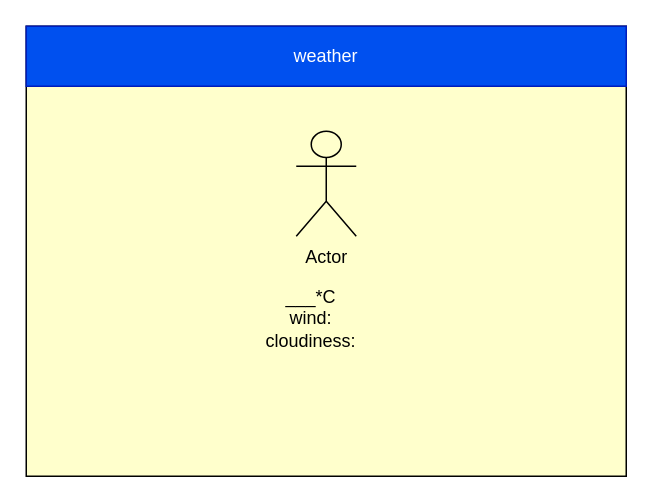
Above: design/story-board.drawio in Liya-Getachew/ICS2O-Unit6-03-JSON (draw.io), before the change. Source tidied: cells renumbered, new cells numbered last; positions are measured from the earlier drawing's top-left corner, leaving out a move shared by most shapes. Both pictures are drawn from the tidied source at 150%, with x=0, y=0 at pixel (26, 26).
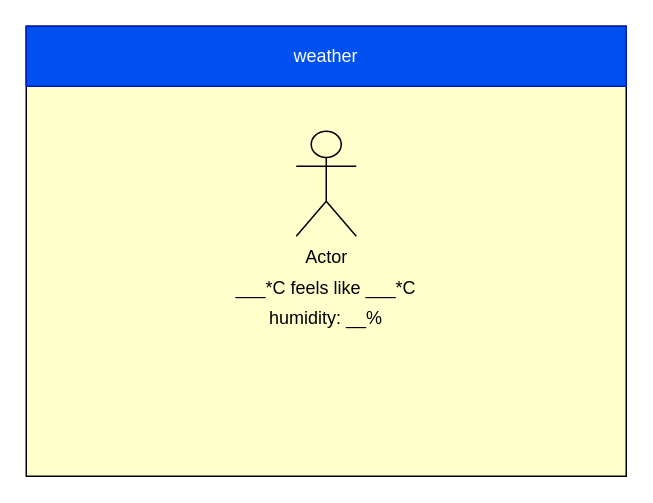
The same diagram, later.

Change to the diagram source:
```diff
@@
 <mxGraphModel>
   <root>
     <mxCell id="0" />
     <mxCell id="1" parent="0" />
     <mxCell id="2" style="rounded=0;whiteSpace=wrap;html=1;fillColor=#FFFFCC;" parent="1" vertex="1">
       <mxGeometry width="400" height="300" as="geometry" />
     </mxCell>
     <mxCell id="3" value="weather" style="rounded=0;whiteSpace=wrap;html=1;fillColor=#0050ef;fontColor=#ffffff;strokeColor=#001DBC;" parent="1" vertex="1">
       <mxGeometry width="400" height="40" as="geometry" />
     </mxCell>
     <mxCell id="4" value="Actor" style="shape=umlActor;verticalLabelPosition=bottom;verticalAlign=top;html=1;fillColor=#FFFFCC;strokeColor=#000000;" parent="1" vertex="1">
       <mxGeometry x="180" y="70" width="40" height="70" as="geometry" />
     </mxCell>
-    <mxCell id="5" value="___*C&lt;br&gt;wind:&lt;br&gt;cloudiness:" style="text;html=1;strokeColor=none;fillColor=none;align=center;verticalAlign=middle;whiteSpace=wrap;rounded=0;fontColor=#000000;" parent="1" vertex="1">
-      <mxGeometry x="160" y="180" width="60" height="30" as="geometry" />
+    <mxCell id="5" value="___*C feels like ___*C" style="text;html=1;strokeColor=none;fillColor=none;align=center;verticalAlign=middle;whiteSpace=wrap;rounded=0;fontColor=#000000;" parent="1" vertex="1">
+      <mxGeometry x="135" y="160" width="130" height="30" as="geometry" />
     </mxCell>
+    <mxCell id="6" value="humidity: __%" style="text;html=1;strokeColor=none;fillColor=none;align=center;verticalAlign=middle;whiteSpace=wrap;rounded=0;fontColor=#000000;" parent="1" vertex="1">
+      <mxGeometry x="160" y="180" width="80" height="30" as="geometry" />
+    </mxCell>
   </root>
 </mxGraphModel>
```
